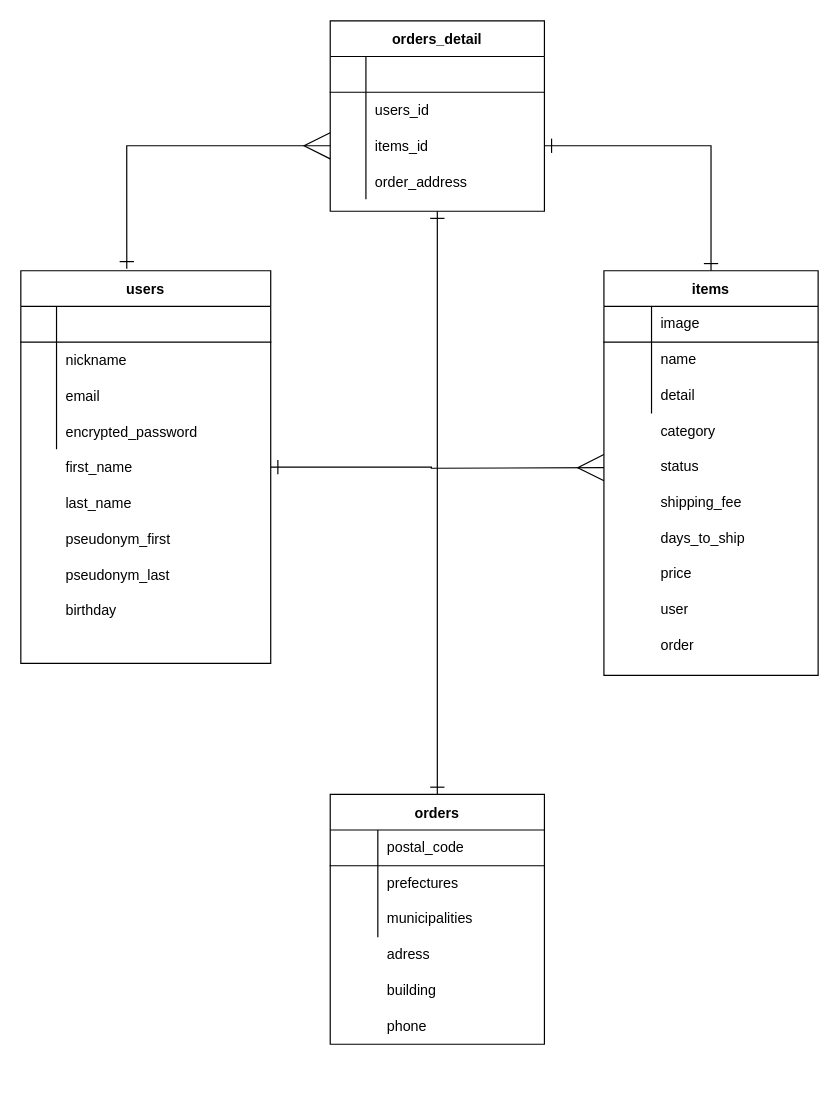
Above: test.dio in Yusuke0507/furima-36427 (draw.io), before the change. Source tidied: cells renumbered, new cells numbered last; positions are measured from the earlier drawing's top-left corner, leaving out a move shared by most shapes. Both pictures are drawn from the tidied source at 119%, with x=0, y=0 at pixel (20, 20).
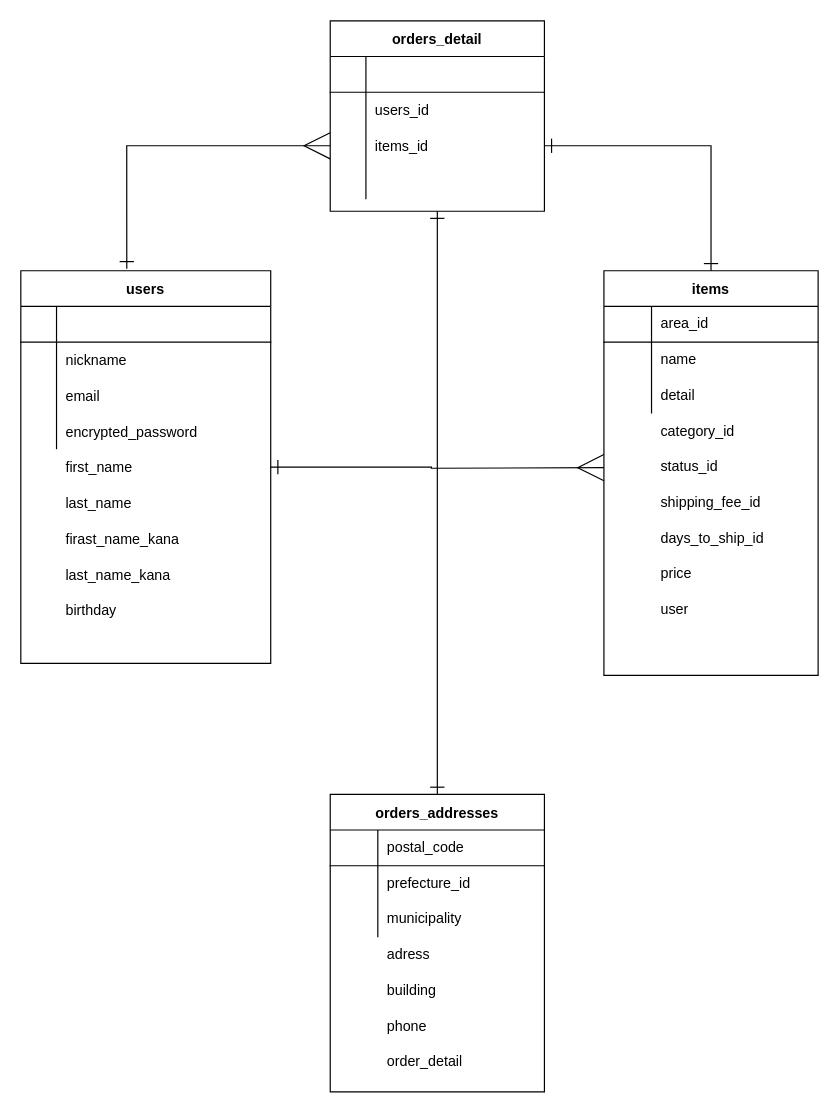
Above is the later version.

Unchanged cells that the change refers to:
```xml
<mxCell id="22" style="shape=partialRectangle;html=1;whiteSpace=wrap;fillColor=none;top=0;left=0;bottom=1;right=0;" parent="21" vertex="1">
  <mxGeometry y="30" width="180" height="30" as="geometry" />
</mxCell>
```

The edit, as a diff of the source:
```diff
@@
-    <mxCell id="19" value="pseudonym_first" style="shape=partialRectangle;fillColor=none;top=0;left=0;bottom=0;right=0;align=left;spacingLeft=6;overflow=hidden;" parent="1" vertex="1">
+    <mxCell id="19" value="firast_name_kana" style="shape=partialRectangle;fillColor=none;top=0;left=0;bottom=0;right=0;align=left;spacingLeft=6;overflow=hidden;" parent="1" vertex="1">
       <mxGeometry x="30" y="420" width="150" height="30" as="geometry" />
     </mxCell>
-    <mxCell id="20" value="pseudonym_last" style="shape=partialRectangle;fillColor=none;top=0;left=0;bottom=0;right=0;align=left;spacingLeft=6;overflow=hidden;" parent="1" vertex="1">
+    <mxCell id="20" value="last_name_kana" style="shape=partialRectangle;fillColor=none;top=0;left=0;bottom=0;right=0;align=left;spacingLeft=6;overflow=hidden;" parent="1" vertex="1">
       <mxGeometry x="30" y="450" width="150" height="30" as="geometry" />
     </mxCell>
@@
-    <mxCell id="24" value="image" style="shape=partialRectangle;html=1;whiteSpace=wrap;fillColor=none;top=0;left=0;bottom=0;right=0;align=left;spacingLeft=6;overflow=hidden;" parent="22" vertex="1">
+    <mxCell id="24" value="area_id" style="shape=partialRectangle;html=1;whiteSpace=wrap;fillColor=none;top=0;left=0;bottom=0;right=0;align=left;spacingLeft=6;overflow=hidden;" parent="22" vertex="1">
       <mxGeometry x="40" width="140" height="30" as="geometry" />
     </mxCell>
@@
-    <mxCell id="31" value="orders" style="shape=table;startSize=30;childLayout=tableLayout;rowLines=0;fontStyle=1;align=center;fillColor=none;" parent="1" vertex="1">
-      <mxGeometry x="260" y="650" width="180" height="210" as="geometry" />
+    <mxCell id="31" value="orders_addresses" style="shape=table;startSize=30;childLayout=tableLayout;rowLines=0;fontStyle=1;align=center;fillColor=none;" parent="1" vertex="1">
+      <mxGeometry x="260" y="650" width="180" height="250" as="geometry" />
     </mxCell>
@@
-    <mxCell id="41" value="category" style="shape=partialRectangle;html=1;whiteSpace=wrap;fillColor=none;top=0;left=0;bottom=0;right=0;align=left;spacingLeft=6;overflow=hidden;" parent="1" vertex="1">
+    <mxCell id="41" value="category_id" style="shape=partialRectangle;html=1;whiteSpace=wrap;fillColor=none;top=0;left=0;bottom=0;right=0;align=left;spacingLeft=6;overflow=hidden;" parent="1" vertex="1">
       <mxGeometry x="530" y="330" width="140" height="30" as="geometry" />
     </mxCell>
-    <mxCell id="42" value="status" style="shape=partialRectangle;html=1;whiteSpace=wrap;fillColor=none;top=0;left=0;bottom=0;right=0;align=left;spacingLeft=6;overflow=hidden;" parent="1" vertex="1">
+    <mxCell id="42" value="status_id" style="shape=partialRectangle;html=1;whiteSpace=wrap;fillColor=none;top=0;left=0;bottom=0;right=0;align=left;spacingLeft=6;overflow=hidden;" parent="1" vertex="1">
       <mxGeometry x="530" y="360" width="140" height="30" as="geometry" />
     </mxCell>
-    <mxCell id="43" value="shipping_fee" style="shape=partialRectangle;html=1;whiteSpace=wrap;fillColor=none;top=0;left=0;bottom=0;right=0;align=left;spacingLeft=6;overflow=hidden;" parent="1" vertex="1">
+    <mxCell id="43" value="shipping_fee_id" style="shape=partialRectangle;html=1;whiteSpace=wrap;fillColor=none;top=0;left=0;bottom=0;right=0;align=left;spacingLeft=6;overflow=hidden;" parent="1" vertex="1">
       <mxGeometry x="530" y="390" width="140" height="30" as="geometry" />
     </mxCell>
-    <mxCell id="44" value="days_to_ship" style="shape=partialRectangle;html=1;whiteSpace=wrap;fillColor=none;top=0;left=0;bottom=0;right=0;align=left;spacingLeft=6;overflow=hidden;" parent="1" vertex="1">
+    <mxCell id="44" value="days_to_ship_id" style="shape=partialRectangle;html=1;whiteSpace=wrap;fillColor=none;top=0;left=0;bottom=0;right=0;align=left;spacingLeft=6;overflow=hidden;" parent="1" vertex="1">
       <mxGeometry x="530" y="420" width="140" height="30" as="geometry" />
     </mxCell>
@@
-    <mxCell id="47" value="order" style="shape=partialRectangle;html=1;whiteSpace=wrap;fillColor=none;top=0;left=0;bottom=0;right=0;align=left;spacingLeft=6;overflow=hidden;" parent="1" vertex="1">
-      <mxGeometry x="530" y="510" width="140" height="30" as="geometry" />
-    </mxCell>
@@
-    <mxCell id="49" value="prefectures" style="shape=partialRectangle;html=1;whiteSpace=wrap;fillColor=none;top=0;left=0;bottom=0;right=0;align=left;spacingLeft=6;overflow=hidden;" parent="1" vertex="1">
+    <mxCell id="49" value="prefecture_id" style="shape=partialRectangle;html=1;whiteSpace=wrap;fillColor=none;top=0;left=0;bottom=0;right=0;align=left;spacingLeft=6;overflow=hidden;" parent="1" vertex="1">
       <mxGeometry x="300" y="710" width="140" height="30" as="geometry" />
     </mxCell>
-    <mxCell id="50" value="municipalities" style="shape=partialRectangle;html=1;whiteSpace=wrap;fillColor=none;top=0;left=0;bottom=0;right=0;align=left;spacingLeft=6;overflow=hidden;" parent="1" vertex="1">
+    <mxCell id="50" value="municipality" style="shape=partialRectangle;html=1;whiteSpace=wrap;fillColor=none;top=0;left=0;bottom=0;right=0;align=left;spacingLeft=6;overflow=hidden;" parent="1" vertex="1">
       <mxGeometry x="300" y="740" width="140" height="30" as="geometry" />
     </mxCell>
@@
-    <mxCell id="69" value="order_address" style="shape=partialRectangle;fillColor=none;top=0;left=0;bottom=0;right=0;align=left;spacingLeft=6;overflow=hidden;" parent="1" vertex="1">
-      <mxGeometry x="290" y="120" width="150" height="30" as="geometry" />
-    </mxCell>
@@
+    <mxCell id="71" value="order_detail" style="shape=partialRectangle;html=1;whiteSpace=wrap;fillColor=none;top=0;left=0;bottom=0;right=0;align=left;spacingLeft=6;overflow=hidden;" parent="1" vertex="1">
+      <mxGeometry x="300" y="860" width="140" height="30" as="geometry" />
+    </mxCell>
```
